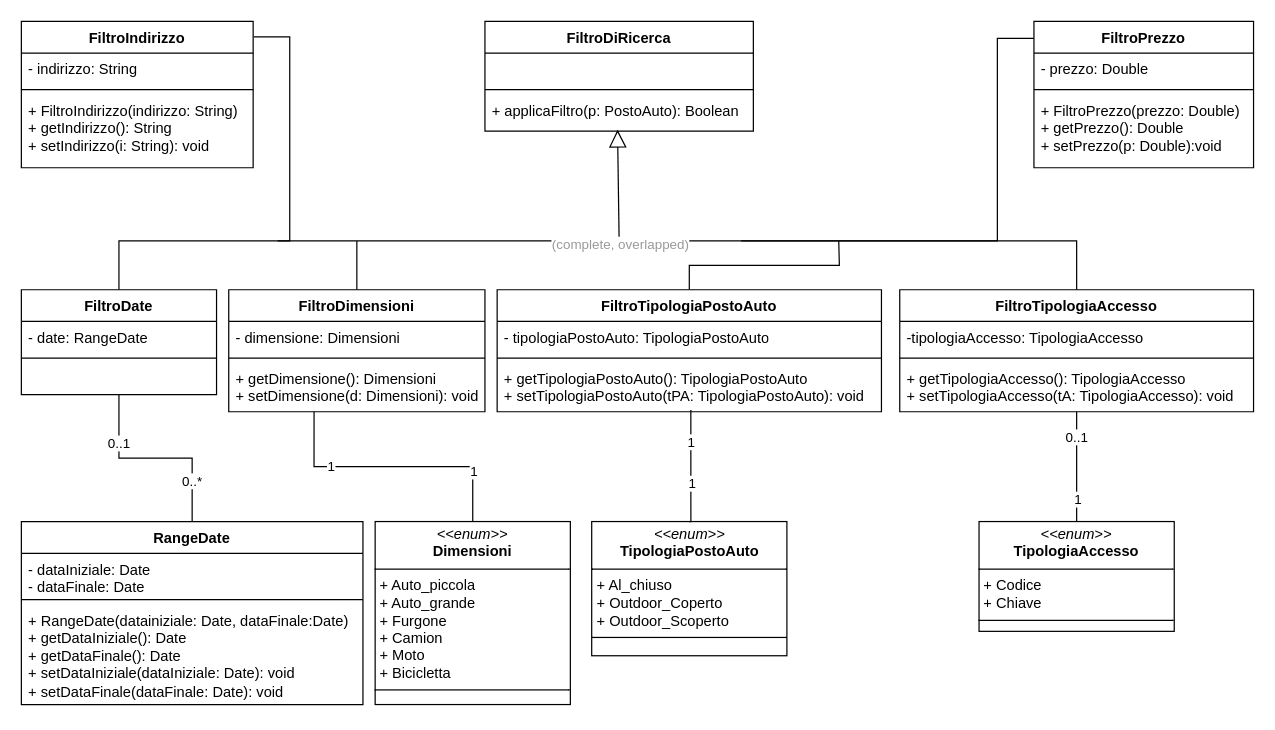
pixettonebboy/progetto-ingegneria-del-software keeps this draw.io diagram as progetto_nostro/cose/DIAGRAMMI/09_2_ElencoUML.drawio. Above is the earlier version. Source tidied: cells renumbered, new cells numbered last; positions are measured from the earlier drawing's top-left corner, leaving out a move shared by most shapes. Both pictures are drawn from the tidied source at 122%, with x=0, y=0 at pixel (21, 21).
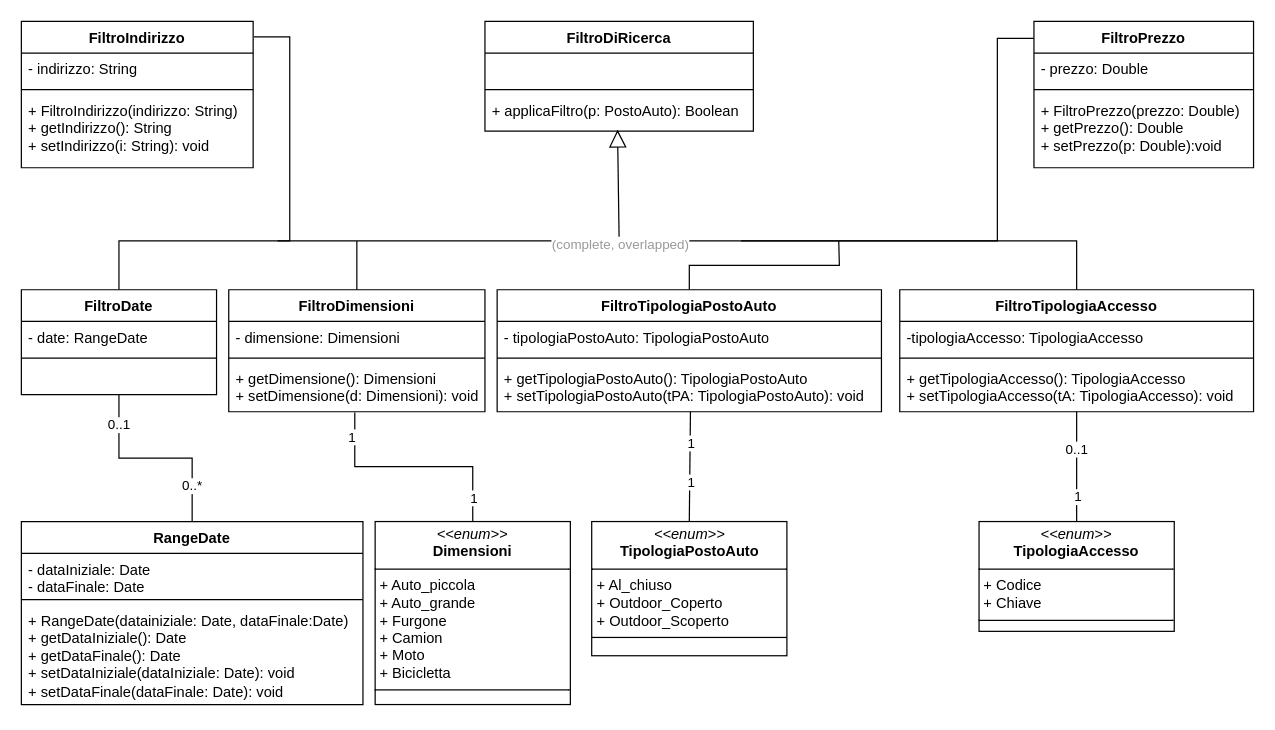
The same page after the edit.

The change refers to these unchanged cells:
```xml
<mxCell id="22" value="&lt;div&gt;+ getDimensione(): Dimensioni&lt;/div&gt;&lt;div&gt;+ setDimensione(d: Dimensioni): void&lt;/div&gt;" style="text;strokeColor=none;fillColor=none;align=left;verticalAlign=top;spacingLeft=4;spacingRight=4;overflow=hidden;points=[[0,0.5],[1,0.5]];portConstraint=eastwest;whiteSpace=wrap;html=1;" parent="19" vertex="1">
  <mxGeometry y="60" width="210" height="40" as="geometry" />
</mxCell>
<mxCell id="27" value="&lt;div&gt;+ getTipologiaPostoAuto(): TipologiaPostoAuto&lt;/div&gt;&lt;div&gt;+ setTipologiaPostoAuto(tPA: TipologiaPostoAuto): void&lt;/div&gt;" style="text;strokeColor=none;fillColor=none;align=left;verticalAlign=top;spacingLeft=4;spacingRight=4;overflow=hidden;points=[[0,0.5],[1,0.5]];portConstraint=eastwest;whiteSpace=wrap;html=1;" parent="24" vertex="1">
  <mxGeometry y="60" width="315" height="40" as="geometry" />
</mxCell>
<mxCell id="32" style="edgeStyle=orthogonalEdgeStyle;rounded=0;jettySize=auto;html=1;exitX=0.5;exitY=0;exitDx=0;exitDy=0;entryX=0.5;entryY=1;entryDx=0;entryDy=0;entryPerimeter=0;endArrow=none;endFill=0;" parent="1" edge="1" source="28" target="17">
  <mxGeometry relative="1" as="geometry" />
</mxCell>
<mxCell id="44" value="&lt;p style=&quot;margin:0px;margin-top:4px;text-align:center;&quot;&gt;&lt;i&gt;&amp;lt;&amp;lt;enum&amp;gt;&amp;gt;&lt;/i&gt;&lt;br&gt;&lt;b&gt;Dimensioni&lt;/b&gt;&lt;/p&gt;&lt;hr size=&quot;1&quot; style=&quot;border-style:solid;&quot;&gt;&lt;p style=&quot;margin:0px;margin-left:4px;&quot;&gt;+ Auto_piccola&lt;/p&gt;&lt;p style=&quot;margin:0px;margin-left:4px;&quot;&gt;+ Auto_grande&lt;/p&gt;&lt;p style=&quot;margin:0px;margin-left:4px;&quot;&gt;+ Furgone&lt;/p&gt;&lt;p style=&quot;margin:0px;margin-left:4px;&quot;&gt;+ Camion&lt;/p&gt;&lt;p style=&quot;margin:0px;margin-left:4px;&quot;&gt;+ Moto&lt;/p&gt;&lt;p style=&quot;margin:0px;margin-left:4px;&quot;&gt;+ Bicicletta&lt;/p&gt;&lt;hr size=&quot;1&quot; style=&quot;border-style:solid;&quot;&gt;&lt;p style=&quot;margin:0px;margin-left:4px;&quot;&gt;&lt;br&gt;&lt;/p&gt;" style="verticalAlign=top;align=left;overflow=fill;html=1;whiteSpace=wrap;" parent="1" vertex="1">
  <mxGeometry x="290" y="410" width="160" height="150" as="geometry" />
</mxCell>
<mxCell id="48" value="&lt;p style=&quot;margin:0px;margin-top:4px;text-align:center;&quot;&gt;&lt;i&gt;&amp;lt;&amp;lt;enum&amp;gt;&amp;gt;&lt;/i&gt;&lt;br&gt;&lt;b&gt;TipologiaPostoAuto&lt;/b&gt;&lt;/p&gt;&lt;hr size=&quot;1&quot; style=&quot;border-style:solid;&quot;&gt;&lt;p style=&quot;margin:0px;margin-left:4px;&quot;&gt;+ Al_chiuso&lt;br&gt;&lt;/p&gt;&lt;p style=&quot;margin:0px;margin-left:4px;&quot;&gt;+ Outdoor_Coperto&lt;/p&gt;&lt;p style=&quot;margin:0px;margin-left:4px;&quot;&gt;+ Outdoor_Scoperto&lt;/p&gt;&lt;hr size=&quot;1&quot; style=&quot;border-style:solid;&quot;&gt;&lt;p style=&quot;margin:0px;margin-left:4px;&quot;&gt;&lt;br&gt;&lt;/p&gt;" style="verticalAlign=top;align=left;overflow=fill;html=1;whiteSpace=wrap;" parent="1" vertex="1">
  <mxGeometry x="467.5" y="410" width="160" height="110" as="geometry" />
</mxCell>
<mxCell id="53" style="edgeStyle=orthogonalEdgeStyle;rounded=0;jettySize=auto;html=1;exitX=0.5;exitY=0;exitDx=0;exitDy=0;endArrow=none;endFill=0;" parent="1" edge="1" source="49">
  <mxGeometry relative="1" as="geometry">
    <mxPoint x="865" y="320" as="targetPoint" />
  </mxGeometry>
</mxCell>
```

Change to the diagram source:
```diff
@@
     <mxCell id="33" value="0..*" style="edgeLabel;html=1;align=center;verticalAlign=middle;" parent="32" vertex="1">
-      <mxGeometry x="-0.59" y="1" relative="1" as="geometry" />
+      <mxGeometry x="-0.59" y="1" relative="1" as="geometry">
+        <mxPoint y="4" as="offset" />
+      </mxGeometry>
     </mxCell>
     <mxCell id="34" value="0..1" style="edgeLabel;html=1;align=center;verticalAlign=middle;" parent="32" vertex="1">
-      <mxGeometry x="0.52" y="1" relative="1" as="geometry" />
+      <mxGeometry x="0.52" y="1" relative="1" as="geometry">
+        <mxPoint y="-15" as="offset" />
+      </mxGeometry>
     </mxCell>
@@
-    <mxCell id="45" style="edgeStyle=orthogonalEdgeStyle;rounded=0;jettySize=auto;html=1;endArrow=none;endFill=0;entryX=0.333;entryY=1;entryDx=0;entryDy=0;entryPerimeter=0;" parent="1" edge="1" source="44" target="22">
+    <mxCell id="45" style="edgeStyle=orthogonalEdgeStyle;rounded=0;jettySize=auto;html=1;endArrow=none;endFill=0;entryX=0.492;entryY=1.014;entryDx=0;entryDy=0;entryPerimeter=0;" parent="1" edge="1" source="44" target="22">
       <mxGeometry relative="1" as="geometry" />
     </mxCell>
     <mxCell id="46" value="1" style="edgeLabel;html=1;align=center;verticalAlign=middle;" parent="45" vertex="1">
-      <mxGeometry x="-0.62" relative="1" as="geometry" />
+      <mxGeometry x="-0.62" relative="1" as="geometry">
+        <mxPoint y="15" as="offset" />
+      </mxGeometry>
     </mxCell>
     <mxCell id="47" value="1" style="edgeLabel;html=1;align=center;verticalAlign=middle;" parent="45" vertex="1">
-      <mxGeometry x="0.47" y="-1" relative="1" as="geometry" />
+      <mxGeometry x="0.47" y="-1" relative="1" as="geometry">
+        <mxPoint x="-8" y="-24" as="offset" />
+      </mxGeometry>
     </mxCell>
@@
-    <mxCell id="50" style="edgeStyle=orthogonalEdgeStyle;rounded=0;jettySize=auto;html=1;exitX=0.5;exitY=0;exitDx=0;exitDy=0;endArrow=none;endFill=0;entryX=0.504;entryY=0.966;entryDx=0;entryDy=0;entryPerimeter=0;" parent="1" edge="1" source="48" target="27">
+    <mxCell id="50" style="edgeStyle=orthogonalEdgeStyle;rounded=0;jettySize=auto;html=1;exitX=0.5;exitY=0;exitDx=0;exitDy=0;endArrow=none;endFill=0;entryX=0.503;entryY=0.998;entryDx=0;entryDy=0;entryPerimeter=0;" parent="1" edge="1" source="48" target="27">
       <mxGeometry relative="1" as="geometry">
         <Array as="points">
-          <mxPoint x="549" y="410" />
+          <mxPoint x="548" y="410" />
         </Array>
       </mxGeometry>
     </mxCell>
@@
     <mxCell id="54" value="1" style="edgeLabel;html=1;align=center;verticalAlign=middle;" parent="53" vertex="1">
-      <mxGeometry x="-0.58" relative="1" as="geometry" />
+      <mxGeometry x="-0.58" relative="1" as="geometry">
+        <mxPoint y="-2" as="offset" />
+      </mxGeometry>
     </mxCell>
     <mxCell id="55" value="0..1" style="edgeLabel;html=1;align=center;verticalAlign=middle;" parent="53" vertex="1">
-      <mxGeometry x="0.55" y="1" relative="1" as="geometry" />
+      <mxGeometry x="0.55" y="1" relative="1" as="geometry">
+        <mxPoint y="10" as="offset" />
+      </mxGeometry>
     </mxCell>
```
